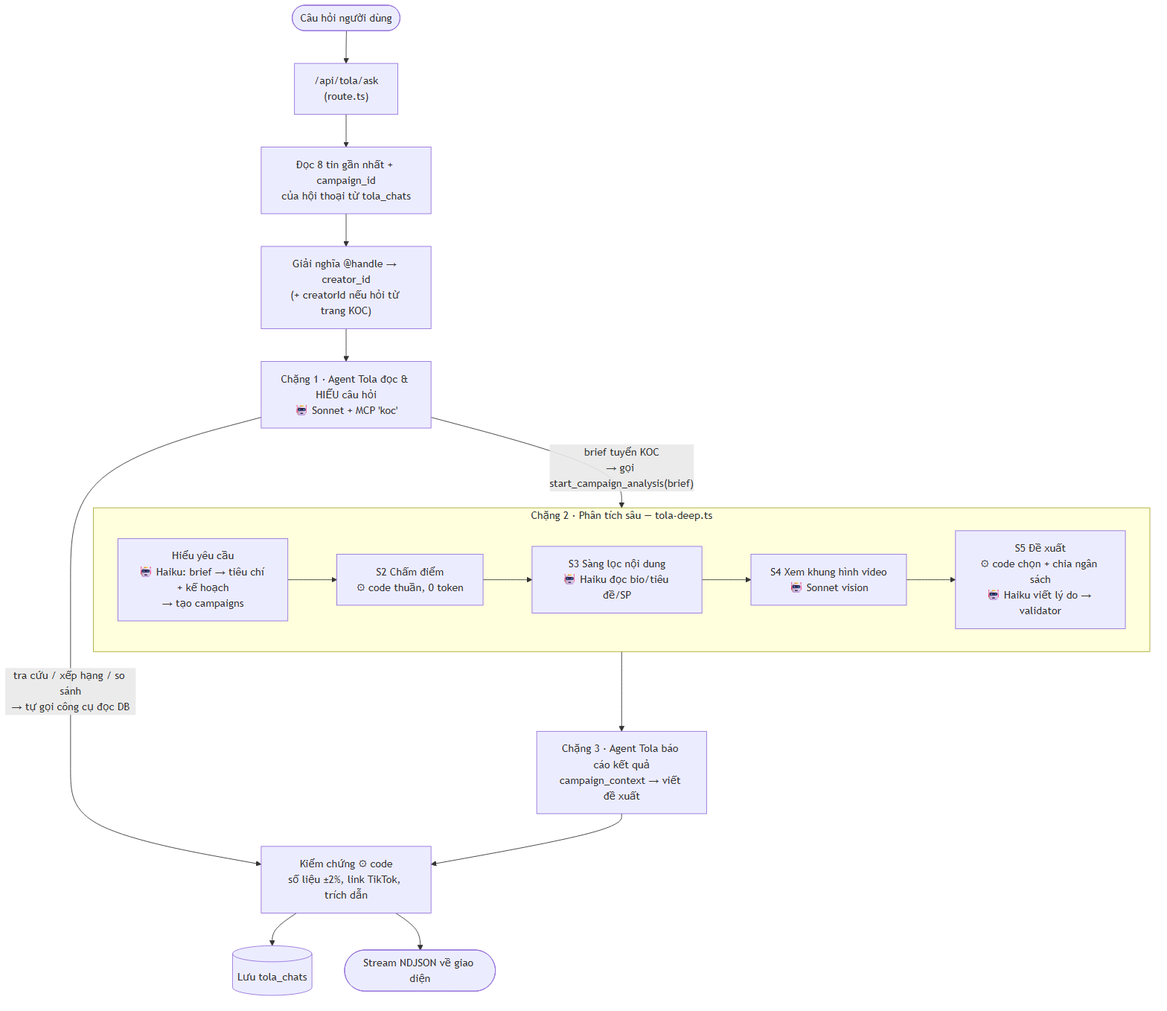
The Mermaid diagram docs/diagrams/tola-luot-hoi.png in chungit201/ai-koc-discovery, before a commit. Its source is kept beside it as docs/diagrams/tola-luot-hoi.mmd. Its diagram source:
```mermaid
flowchart TD
  U([Câu hỏi người dùng]) --> R["/api/tola/ask<br/>(route.ts)"]
  R --> H[Đọc 8 tin gần nhất + campaign_id<br/>của hội thoại từ tola_chats]
  H --> M["Giải nghĩa @handle → creator_id<br/>(+ creatorId nếu hỏi từ trang KOC)"]
  M --> AG1["Chặng 1 · Agent Tola đọc & HIỂU câu hỏi<br/>🤖 Sonnet + MCP 'koc'"]
  AG1 -- "tra cứu / xếp hạng / so sánh<br/>→ tự gọi công cụ đọc DB" --> V
  AG1 -- "brief tuyển KOC<br/>→ gọi start_campaign_analysis(brief)" --> D

  subgraph D [Chặng 2 · Phân tích sâu — tola-deep.ts]
    D1["Hiểu yêu cầu<br/>🤖 Haiku: brief → tiêu chí + kế hoạch<br/>→ tạo campaigns"] --> D2["S2 Chấm điểm<br/>⚙ code thuần, 0 token"]
    D2 --> D3["S3 Sàng lọc nội dung<br/>🤖 Haiku đọc bio/tiêu đề/SP"]
    D3 --> D4["S4 Xem khung hình video<br/>🤖 Sonnet vision"]
    D4 --> D5["S5 Đề xuất<br/>⚙ code chọn + chia ngân sách<br/>🤖 Haiku viết lý do → validator"]
  end
  D --> AG3["Chặng 3 · Agent Tola báo cáo kết quả<br/>campaign_context → viết đề xuất"]
  AG3 --> V

  V["Kiểm chứng ⚙ code<br/>số liệu ±2%, link TikTok, trích dẫn"] --> S[(Lưu tola_chats)]
  V --> UI([Stream NDJSON về giao diện])
```
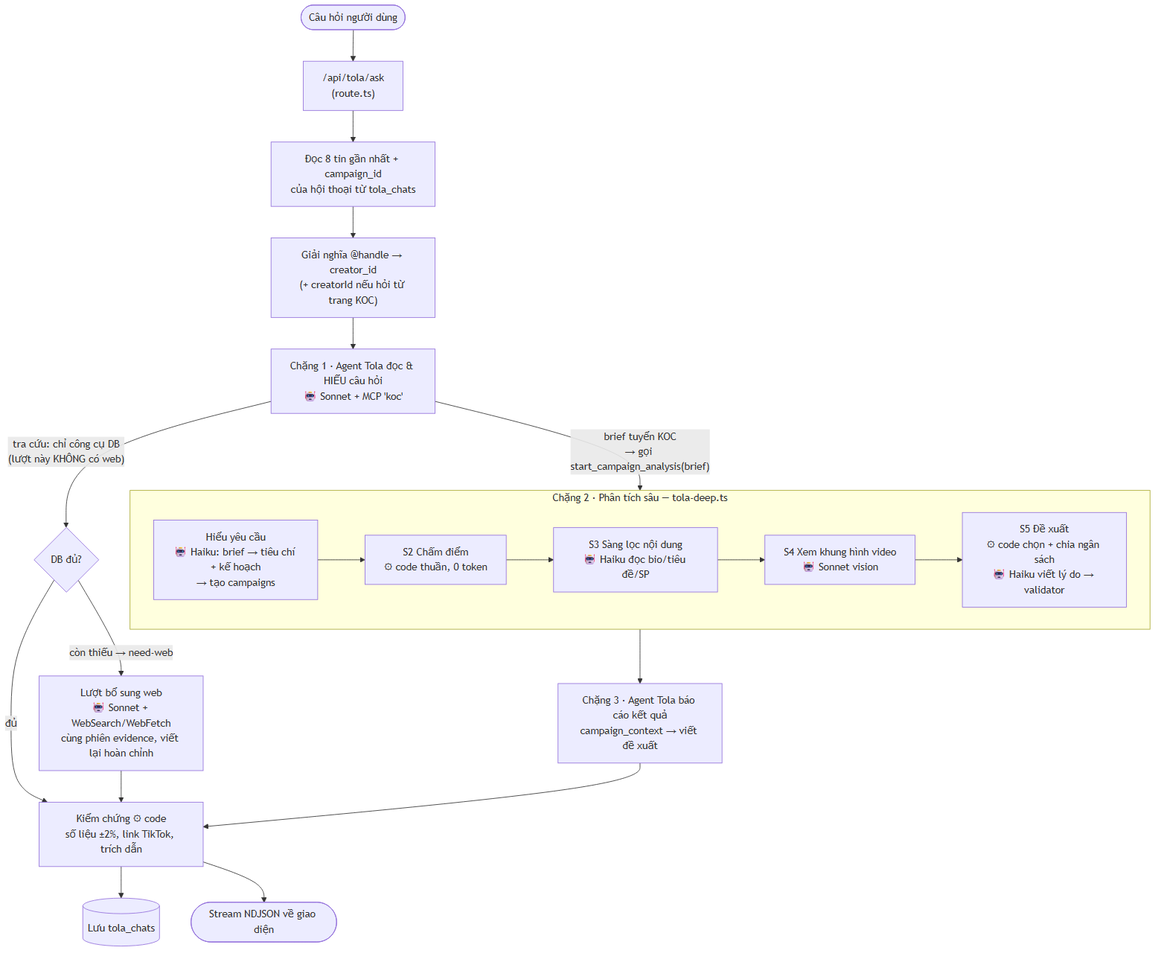
Later version of the same file.

Diff of the diagram source:
```diff
@@ -3,7 +3,10 @@
   R --> H[Đọc 8 tin gần nhất + campaign_id<br/>của hội thoại từ tola_chats]
   H --> M["Giải nghĩa @handle → creator_id<br/>(+ creatorId nếu hỏi từ trang KOC)"]
   M --> AG1["Chặng 1 · Agent Tola đọc & HIỂU câu hỏi<br/>🤖 Sonnet + MCP 'koc'"]
-  AG1 -- "tra cứu / xếp hạng / so sánh<br/>→ tự gọi công cụ đọc DB" --> V
+  AG1 -- "tra cứu: chỉ công cụ DB<br/>(lượt này KHÔNG có web)" --> NW{DB đủ?}
+  NW -- "đủ" --> V
+  NW -- "còn thiếu → need-web" --> W["Lượt bổ sung web<br/>🤖 Sonnet + WebSearch/WebFetch<br/>cùng phiên evidence, viết lại hoàn chỉnh"]
+  W --> V
   AG1 -- "brief tuyển KOC<br/>→ gọi start_campaign_analysis(brief)" --> D
 
   subgraph D [Chặng 2 · Phân tích sâu — tola-deep.ts]
```
